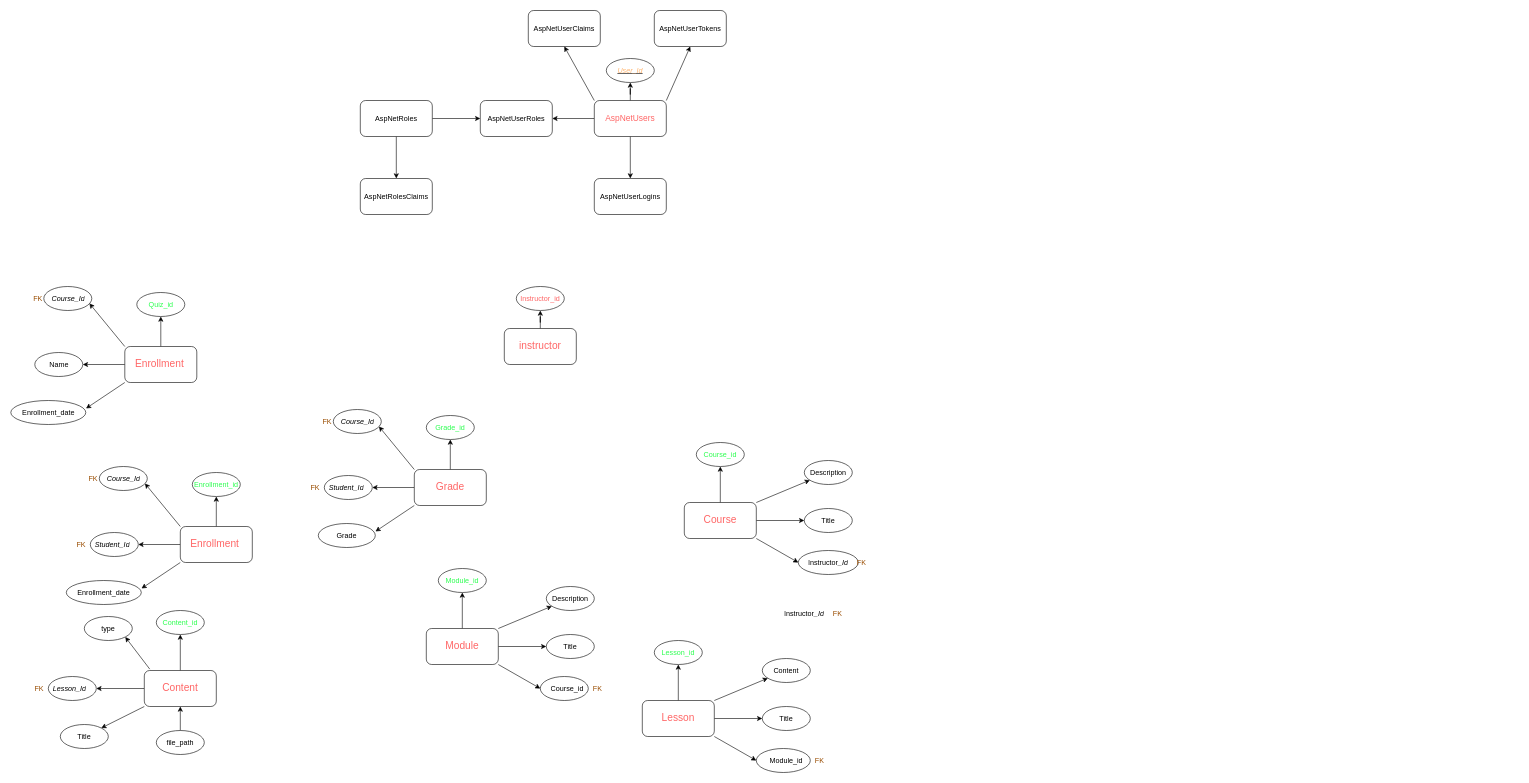
Earlier version of the draw.io diagram LearnHubERD.drawio (d3bes/LearnHub). Source tidied: cells renumbered, new cells numbered last; positions are measured from the earlier drawing's top-left corner, leaving out a move shared by most shapes. Both pictures are drawn from the tidied source at 60%, with x=0, y=0 at pixel (11, 10).
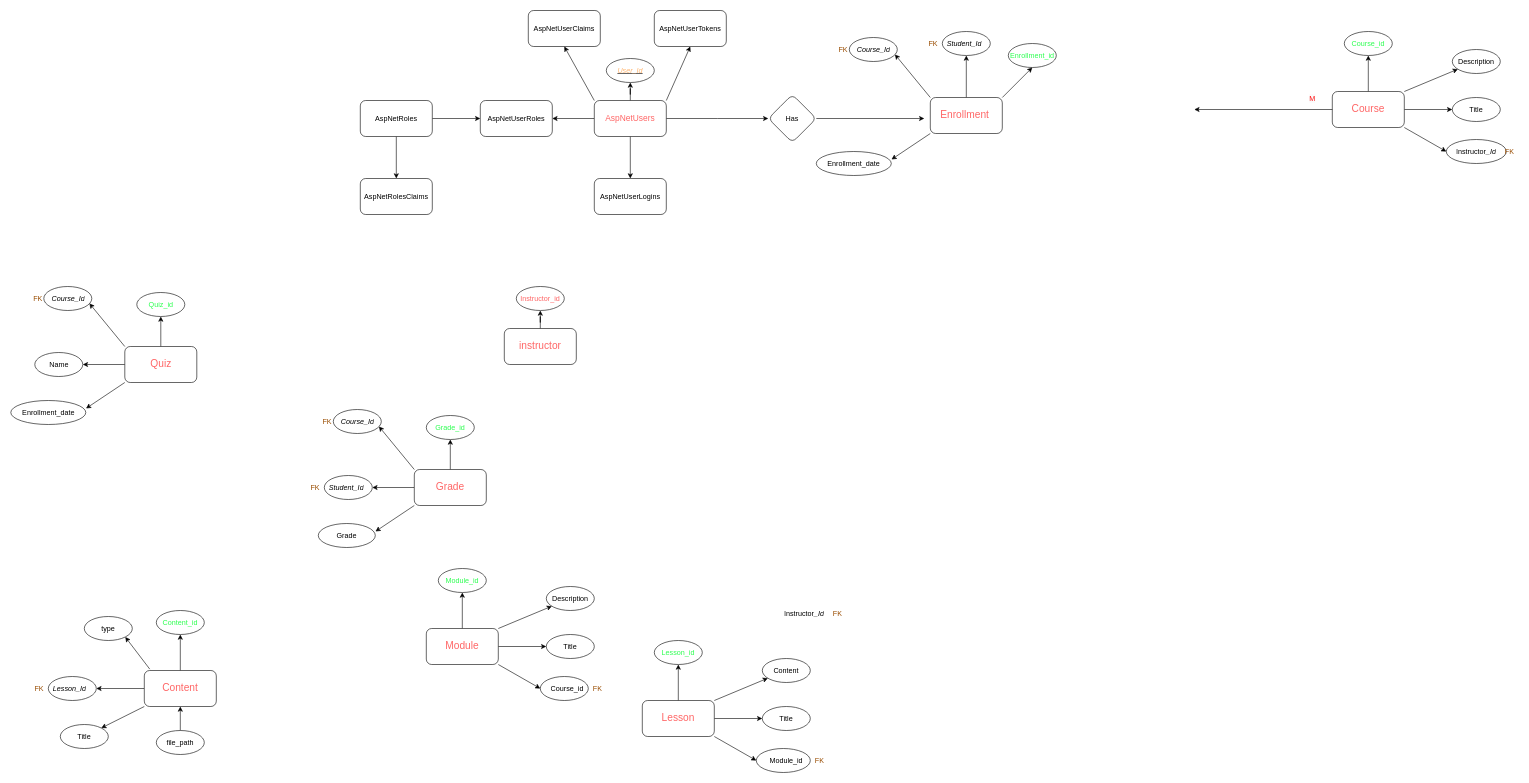
After the change.

The change refers to these unchanged cells:
```xml
<mxCell id="5" value="&lt;font style=&quot;font-size: 14px;&quot; color=&quot;#ff6666&quot;&gt;AspNetUsers&lt;/font&gt;" style="rounded=1;whiteSpace=wrap;html=1;" parent="1" vertex="1">
  <mxGeometry x="972" y="150" width="120" height="60" as="geometry" />
</mxCell>
```

The edit, as a diff of the source:
```diff
@@
+    <mxCell id="126" style="edgeStyle=orthogonalEdgeStyle;rounded=0;jettySize=auto;html=1;" parent="1" edge="1" source="5">
+      <mxGeometry relative="1" as="geometry">
+        <mxPoint x="1262" y="180" as="targetPoint" />
+      </mxGeometry>
+    </mxCell>
@@
-    <mxCell id="6" style="text;html=1;align=center;verticalAlign=middle;strokeColor=none;fillColor=none;" parent="1" vertex="1">
-      <mxGeometry x="1282" y="168" width="20" height="30" as="geometry" />
-    </mxCell>
@@
     <mxCell id="23" value="&lt;font style=&quot;font-size: 17px;&quot; color=&quot;#ff6666&quot;&gt;Course&lt;/font&gt;" style="rounded=1;whiteSpace=wrap;html=1;" parent="1" vertex="1">
-      <mxGeometry x="1122" y="820" width="120" height="60" as="geometry" />
+      <mxGeometry x="2202" y="135" width="120" height="60" as="geometry" />
     </mxCell>
     <mxCell id="24" value="&lt;font color=&quot;#2bff4f&quot;&gt;Course_id&lt;/font&gt;" style="ellipse;whiteSpace=wrap;html=1;" parent="1" vertex="1">
-      <mxGeometry x="1142" y="720" width="80" height="40" as="geometry" />
+      <mxGeometry x="2222" y="35" width="80" height="40" as="geometry" />
     </mxCell>
     <mxCell id="25" value="Title" style="ellipse;whiteSpace=wrap;html=1;" parent="1" vertex="1">
-      <mxGeometry x="1322" y="830" width="80" height="40" as="geometry" />
+      <mxGeometry x="2402" y="145" width="80" height="40" as="geometry" />
     </mxCell>
     <mxCell id="26" value="Description" style="ellipse;whiteSpace=wrap;html=1;" parent="1" vertex="1">
-      <mxGeometry x="1322" y="750" width="80" height="40" as="geometry" />
+      <mxGeometry x="2402" y="65" width="80" height="40" as="geometry" />
     </mxCell>
     <mxCell id="27" style="ellipse;whiteSpace=wrap;html=1;" parent="1" vertex="1">
-      <mxGeometry x="1312" y="900" width="100" height="40" as="geometry" />
+      <mxGeometry x="2392" y="215" width="100" height="40" as="geometry" />
     </mxCell>
@@
-    <mxCell id="59" style="edgeStyle=orthogonalEdgeStyle;rounded=0;jettySize=auto;html=1;" parent="1" edge="1" source="61" target="62">
-      <mxGeometry relative="1" as="geometry" />
-    </mxCell>
-    <mxCell id="60" style="edgeStyle=orthogonalEdgeStyle;rounded=0;jettySize=auto;html=1;" parent="1" edge="1" source="61" target="63">
-      <mxGeometry relative="1" as="geometry" />
-    </mxCell>
-    <mxCell id="61" value="&lt;font color=&quot;#ff6666&quot;&gt;&lt;span style=&quot;font-size: 17px;&quot;&gt;Enrollment&amp;nbsp;&lt;/span&gt;&lt;/font&gt;" style="rounded=1;whiteSpace=wrap;html=1;" parent="1" vertex="1">
-      <mxGeometry x="282" y="860" width="120" height="60" as="geometry" />
-    </mxCell>
-    <mxCell id="62" value="&lt;font color=&quot;#2bff4f&quot;&gt;Enrollment_id&lt;/font&gt;" style="ellipse;whiteSpace=wrap;html=1;" parent="1" vertex="1">
-      <mxGeometry x="302" y="770" width="80" height="40" as="geometry" />
-    </mxCell>
-    <mxCell id="63" style="ellipse;whiteSpace=wrap;html=1;" parent="1" vertex="1">
-      <mxGeometry x="132" y="870" width="80" height="40" as="geometry" />
-    </mxCell>
-    <mxCell id="64" style="ellipse;whiteSpace=wrap;html=1;" parent="1" vertex="1">
-      <mxGeometry x="147" y="760" width="80" height="40" as="geometry" />
-    </mxCell>
-    <mxCell id="65" style="endArrow=classic;html=1;rounded=0;entryX=0.95;entryY=0.704;entryDx=0;entryDy=0;exitX=0;exitY=0;exitDx=0;exitDy=0;entryPerimeter=0;" parent="1" edge="1" source="61" target="64">
-      <mxGeometry relative="1" as="geometry" />
-    </mxCell>
-    <mxCell id="66" style="shape=table;startSize=0;childLayout=tableLayout;rowLines=0;fontStyle=0;align=center;strokeColor=none;fillColor=none;" parent="1" vertex="1">
-      <mxGeometry x="102" y="875" width="110" height="30" as="geometry" />
-    </mxCell>
-    <mxCell id="67" style="shape=tableRow;horizontal=0;startSize=0;swimlaneHead=0;swimlaneBody=0;fillColor=none;top=0;left=0;right=0;bottom=0;" parent="66" vertex="1">
-      <mxGeometry width="110" height="30" as="geometry" />
-    </mxCell>
-    <mxCell id="68" value="&lt;font color=&quot;#994c00&quot;&gt;FK&lt;/font&gt;" style="shape=partialRectangle;fillColor=none;top=0;left=0;bottom=0;right=0;fontStyle=0;overflow=hidden;whiteSpace=wrap;html=1;" parent="67" vertex="1">
-      <mxGeometry width="30" height="30" as="geometry" />
-    </mxCell>
-    <mxCell id="69" value="&lt;i style=&quot;text-align: center;&quot;&gt;Student_Id&lt;/i&gt;" style="shape=partialRectangle;fillColor=none;top=0;left=0;bottom=0;right=0;align=left;spacingLeft=6;fontStyle=0;overflow=hidden;whiteSpace=wrap;html=1;" parent="67" vertex="1">
-      <mxGeometry x="30" width="80" height="30" as="geometry" />
-    </mxCell>
-    <mxCell id="70" style="shape=table;startSize=0;childLayout=tableLayout;rowLines=0;fontStyle=0;align=center;strokeColor=none;fillColor=none;" parent="1" vertex="1">
-      <mxGeometry x="122" y="765" width="110" height="30" as="geometry" />
-    </mxCell>
-    <mxCell id="71" style="shape=tableRow;horizontal=0;startSize=0;swimlaneHead=0;swimlaneBody=0;fillColor=none;top=0;left=0;right=0;bottom=0;" parent="70" vertex="1">
-      <mxGeometry width="110" height="30" as="geometry" />
-    </mxCell>
-    <mxCell id="72" value="&lt;font color=&quot;#994c00&quot;&gt;FK&lt;/font&gt;" style="shape=partialRectangle;fillColor=none;top=0;left=0;bottom=0;right=0;fontStyle=0;overflow=hidden;whiteSpace=wrap;html=1;" parent="71" vertex="1">
-      <mxGeometry width="30" height="30" as="geometry" />
-    </mxCell>
-    <mxCell id="73" value="&lt;i style=&quot;text-align: center;&quot;&gt;Course_Id&lt;/i&gt;" style="shape=partialRectangle;fillColor=none;top=0;left=0;bottom=0;right=0;align=left;spacingLeft=6;fontStyle=0;overflow=hidden;whiteSpace=wrap;html=1;" parent="71" vertex="1">
-      <mxGeometry x="30" width="80" height="30" as="geometry" />
-    </mxCell>
@@
     <mxCell id="86" style="shape=table;startSize=0;childLayout=tableLayout;rowLines=0;fontStyle=0;align=center;strokeColor=none;fillColor=none;" parent="1" vertex="1">
-      <mxGeometry x="1322" y="905" width="110" height="30" as="geometry" />
+      <mxGeometry x="2402" y="220" width="110" height="30" as="geometry" />
     </mxCell>
@@
-    <mxCell id="94" value="Enrollment_date" style="ellipse;whiteSpace=wrap;html=1;" parent="1" vertex="1">
-      <mxGeometry x="92" y="950" width="125" height="40" as="geometry" />
-    </mxCell>
-    <mxCell id="95" style="endArrow=classic;html=1;rounded=0;exitX=0;exitY=1;exitDx=0;exitDy=0;entryX=1.003;entryY=0.331;entryDx=0;entryDy=0;entryPerimeter=0;" parent="1" edge="1" source="61" target="94">
-      <mxGeometry relative="1" as="geometry" />
-    </mxCell>
@@
-    <mxCell id="115" value="&lt;font color=&quot;#ff6666&quot;&gt;&lt;span style=&quot;font-size: 17px;&quot;&gt;Enrollment&amp;nbsp;&lt;/span&gt;&lt;/font&gt;" style="rounded=1;whiteSpace=wrap;html=1;" parent="1" vertex="1">
+    <mxCell id="115" value="&lt;font color=&quot;#ff6666&quot;&gt;&lt;span style=&quot;font-size: 17px;&quot;&gt;Quiz&lt;/span&gt;&lt;/font&gt;" style="rounded=1;whiteSpace=wrap;html=1;" parent="1" vertex="1">
       <mxGeometry x="189.5" y="560" width="120" height="60" as="geometry" />
     </mxCell>
@@
+    <mxCell id="127" value="&lt;span style=&quot;color: rgb(255, 13, 13); font-family: Helvetica; font-size: 12px; font-style: normal; font-variant-ligatures: normal; font-variant-caps: normal; font-weight: 400; letter-spacing: normal; orphans: 2; text-align: center; text-indent: 0px; text-transform: none; widows: 2; word-spacing: 0px; -webkit-text-stroke-width: 0px; white-space: nowrap; background-color: rgb(251, 251, 251); text-decoration-thickness: initial; text-decoration-style: initial; text-decoration-color: initial; display: inline !important; float: none;&quot;&gt;M&lt;/span&gt;" style="text;whiteSpace=wrap;html=1;" parent="1" vertex="1">
+      <mxGeometry x="2162" y="133" width="40" height="40" as="geometry" />
+    </mxCell>
+    <mxCell id="128" style="edgeStyle=orthogonalEdgeStyle;rounded=0;jettySize=auto;html=1;" parent="1" edge="1" source="61" target="129">
+      <mxGeometry relative="1" as="geometry" />
+    </mxCell>
+    <mxCell id="61" value="&lt;font color=&quot;#ff6666&quot;&gt;&lt;span style=&quot;font-size: 17px;&quot;&gt;Enrollment&amp;nbsp;&lt;/span&gt;&lt;/font&gt;" style="rounded=1;whiteSpace=wrap;html=1;" parent="1" vertex="1">
+      <mxGeometry x="1532" y="145" width="120" height="60" as="geometry" />
+    </mxCell>
+    <mxCell id="62" value="&lt;font color=&quot;#2bff4f&quot;&gt;Enrollment_id&lt;/font&gt;" style="ellipse;whiteSpace=wrap;html=1;" parent="1" vertex="1">
+      <mxGeometry x="1662" y="55" width="80" height="40" as="geometry" />
+    </mxCell>
+    <mxCell id="129" style="ellipse;whiteSpace=wrap;html=1;" parent="1" vertex="1">
+      <mxGeometry x="1552" y="35" width="80" height="40" as="geometry" />
+    </mxCell>
+    <mxCell id="130" style="ellipse;whiteSpace=wrap;html=1;" parent="1" vertex="1">
+      <mxGeometry x="1397" y="45" width="80" height="40" as="geometry" />
+    </mxCell>
+    <mxCell id="131" style="endArrow=classic;html=1;rounded=0;entryX=0.95;entryY=0.704;entryDx=0;entryDy=0;exitX=0;exitY=0;exitDx=0;exitDy=0;entryPerimeter=0;" parent="1" edge="1" source="61" target="130">
+      <mxGeometry relative="1" as="geometry" />
+    </mxCell>
+    <mxCell id="132" style="shape=table;startSize=0;childLayout=tableLayout;rowLines=0;fontStyle=0;align=center;strokeColor=none;fillColor=none;" parent="1" vertex="1">
+      <mxGeometry x="1522" y="40" width="110" height="30" as="geometry" />
+    </mxCell>
+    <mxCell id="133" style="shape=tableRow;horizontal=0;startSize=0;swimlaneHead=0;swimlaneBody=0;fillColor=none;top=0;left=0;right=0;bottom=0;" parent="132" vertex="1">
+      <mxGeometry width="110" height="30" as="geometry" />
+    </mxCell>
+    <mxCell id="134" value="&lt;font color=&quot;#994c00&quot;&gt;FK&lt;/font&gt;" style="shape=partialRectangle;fillColor=none;top=0;left=0;bottom=0;right=0;fontStyle=0;overflow=hidden;whiteSpace=wrap;html=1;" parent="133" vertex="1">
+      <mxGeometry width="30" height="30" as="geometry" />
+    </mxCell>
+    <mxCell id="69" value="&lt;i style=&quot;text-align: center;&quot;&gt;Student_Id&lt;/i&gt;" style="shape=partialRectangle;fillColor=none;top=0;left=0;bottom=0;right=0;align=left;spacingLeft=6;fontStyle=0;overflow=hidden;whiteSpace=wrap;html=1;" parent="133" vertex="1">
+      <mxGeometry x="30" width="80" height="30" as="geometry" />
+    </mxCell>
+    <mxCell id="135" style="shape=table;startSize=0;childLayout=tableLayout;rowLines=0;fontStyle=0;align=center;strokeColor=none;fillColor=none;" parent="1" vertex="1">
+      <mxGeometry x="1372" y="50" width="110" height="30" as="geometry" />
+    </mxCell>
+    <mxCell id="136" style="shape=tableRow;horizontal=0;startSize=0;swimlaneHead=0;swimlaneBody=0;fillColor=none;top=0;left=0;right=0;bottom=0;" parent="135" vertex="1">
+      <mxGeometry width="110" height="30" as="geometry" />
+    </mxCell>
+    <mxCell id="137" value="&lt;font color=&quot;#994c00&quot;&gt;FK&lt;/font&gt;" style="shape=partialRectangle;fillColor=none;top=0;left=0;bottom=0;right=0;fontStyle=0;overflow=hidden;whiteSpace=wrap;html=1;" parent="136" vertex="1">
+      <mxGeometry width="30" height="30" as="geometry" />
+    </mxCell>
+    <mxCell id="73" value="&lt;i style=&quot;text-align: center;&quot;&gt;Course_Id&lt;/i&gt;" style="shape=partialRectangle;fillColor=none;top=0;left=0;bottom=0;right=0;align=left;spacingLeft=6;fontStyle=0;overflow=hidden;whiteSpace=wrap;html=1;" parent="136" vertex="1">
+      <mxGeometry x="30" width="80" height="30" as="geometry" />
+    </mxCell>
+    <mxCell id="94" value="Enrollment_date" style="ellipse;whiteSpace=wrap;html=1;" parent="1" vertex="1">
+      <mxGeometry x="1342" y="235" width="125" height="40" as="geometry" />
+    </mxCell>
+    <mxCell id="95" style="endArrow=classic;html=1;rounded=0;exitX=0;exitY=1;exitDx=0;exitDy=0;entryX=1.003;entryY=0.331;entryDx=0;entryDy=0;entryPerimeter=0;" parent="1" edge="1" source="61" target="94">
+      <mxGeometry relative="1" as="geometry" />
+    </mxCell>
+    <mxCell id="59" style="endArrow=classic;html=1;rounded=0;entryX=0.5;entryY=1;entryDx=0;entryDy=0;exitX=1;exitY=0;exitDx=0;exitDy=0;" parent="1" edge="1" source="61" target="62">
+      <mxGeometry relative="1" as="geometry" />
+    </mxCell>
+    <mxCell id="138" style="endArrow=classic;html=1;rounded=0;exitX=0;exitY=0.5;exitDx=0;exitDy=0;" parent="1" edge="1" source="23">
+      <mxGeometry relative="1" as="geometry">
+        <mxPoint x="1972" y="165" as="targetPoint" />
+      </mxGeometry>
+    </mxCell>
+    <mxCell id="139" value="Has" style="rhombus;whiteSpace=wrap;html=1;rounded=1;" parent="1" vertex="1">
+      <mxGeometry x="1262" y="140" width="80" height="80" as="geometry" />
+    </mxCell>
+    <mxCell id="140" style="endArrow=classic;html=1;rounded=0;" parent="1" edge="1" source="139">
+      <mxGeometry relative="1" as="geometry">
+        <mxPoint x="1522" y="180" as="targetPoint" />
+      </mxGeometry>
+    </mxCell>
```
